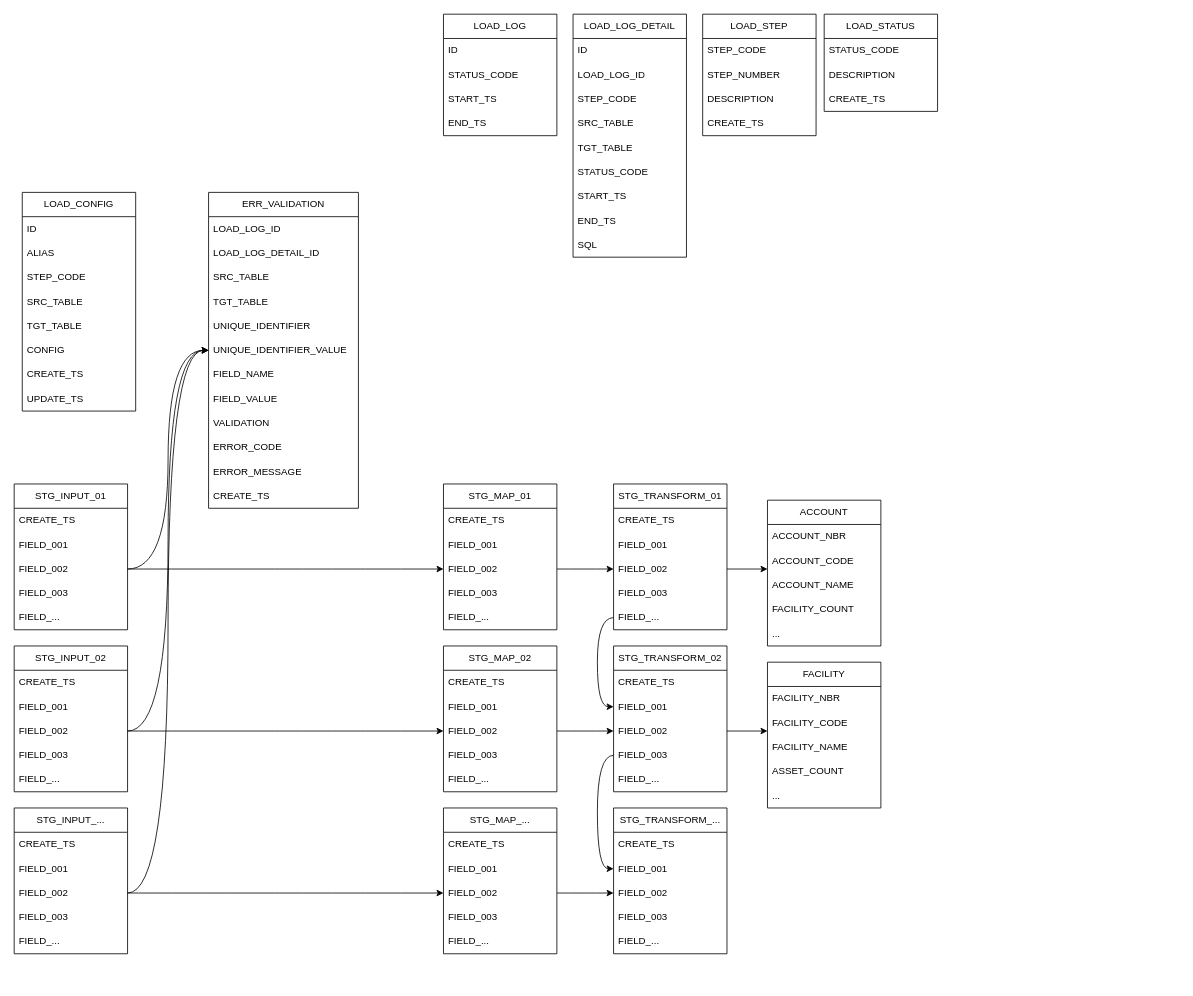
The draw.io diagram LDR_ORACLE.drawio in nealrout/ldr_oracle, before the edit. Source tidied: cells renumbered, new cells numbered last; positions are measured from the earlier drawing's top-left corner, leaving out a move shared by most shapes. Both pictures are drawn from the tidied source at 81%, with x=0, y=0 at pixel (14, 14).
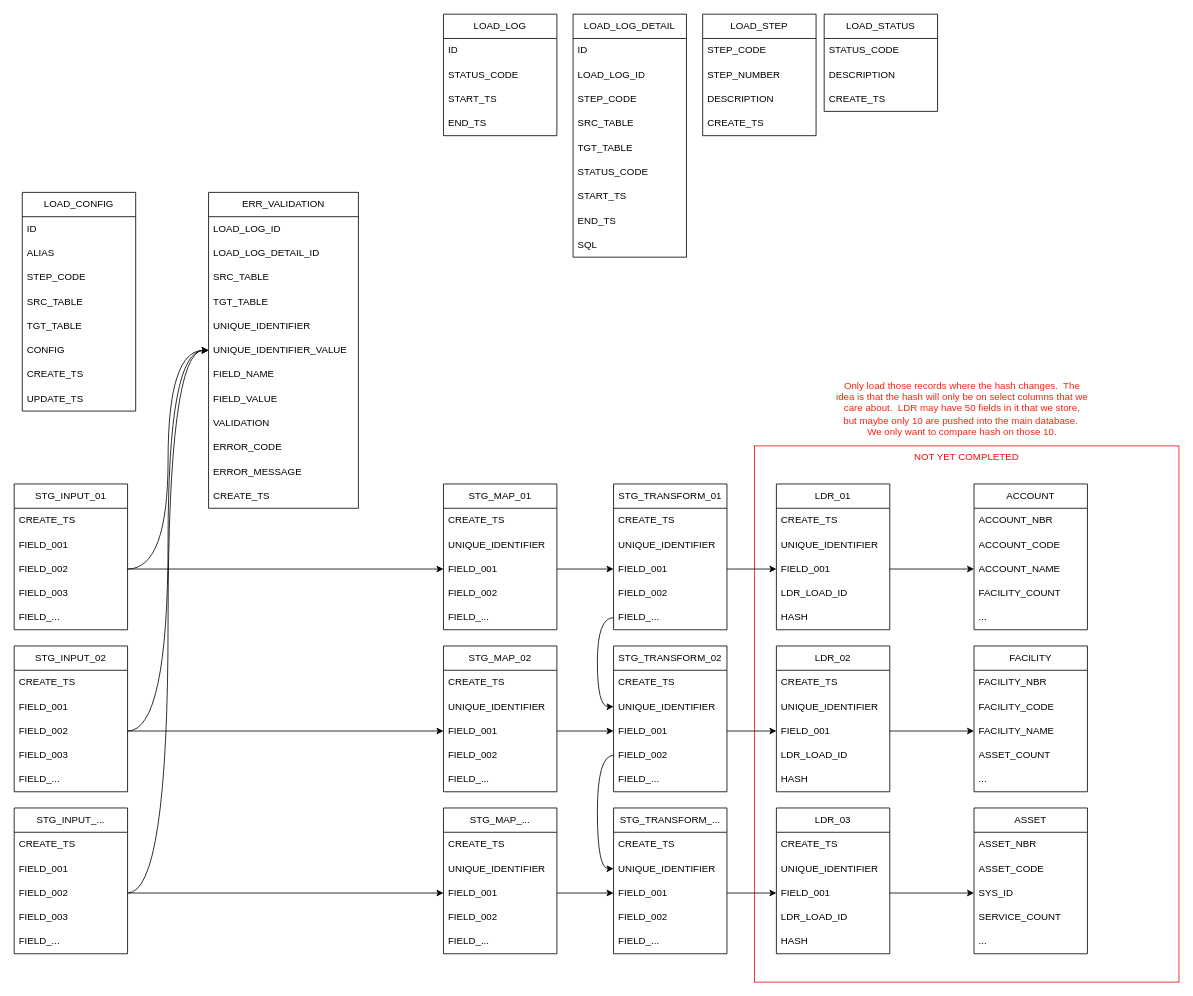
Above is the later version.

Unchanged cells that the change refers to:
```xml
<mxCell id="20" value="STG_MAP_01" style="swimlane;fontStyle=0;horizontal=1;startSize=30;whiteSpace=wrap;html=1;" parent="1" vertex="1">
  <mxGeometry x="530" y="580" width="140" height="180" as="geometry" />
</mxCell>
<mxCell id="26" value="STG_MAP_02" style="swimlane;fontStyle=0;horizontal=1;startSize=30;whiteSpace=wrap;html=1;" parent="1" vertex="1">
  <mxGeometry x="530" y="780" width="140" height="180" as="geometry" />
</mxCell>
<mxCell id="32" value="STG_MAP_..." style="swimlane;fontStyle=0;horizontal=1;startSize=30;whiteSpace=wrap;html=1;" parent="1" vertex="1">
  <mxGeometry x="530" y="980" width="140" height="180" as="geometry" />
</mxCell>
<mxCell id="84" value="STG_TRANSFORM_01" style="swimlane;fontStyle=0;horizontal=1;startSize=30;whiteSpace=wrap;html=1;" parent="1" vertex="1">
  <mxGeometry x="740" y="580" width="140" height="180" as="geometry" />
</mxCell>
<mxCell id="90" value="STG_TRANSFORM_02" style="swimlane;fontStyle=0;horizontal=1;startSize=30;whiteSpace=wrap;html=1;" parent="1" vertex="1">
  <mxGeometry x="740" y="780" width="140" height="180" as="geometry" />
</mxCell>
<mxCell id="96" value="STG_TRANSFORM_..." style="swimlane;fontStyle=0;horizontal=1;startSize=30;whiteSpace=wrap;html=1;" parent="1" vertex="1">
  <mxGeometry x="740" y="980" width="140" height="180" as="geometry" />
</mxCell>
<mxCell id="105" value="ACCOUNT_NAME" style="text;strokeColor=none;fillColor=none;align=left;verticalAlign=middle;spacingLeft=4;spacingRight=4;overflow=hidden;points=[[0,0.5],[1,0.5]];portConstraint=eastwest;whiteSpace=wrap;html=1;" parent="102" vertex="1">
  <mxGeometry y="90" width="140" height="30" as="geometry" />
</mxCell>
<mxCell id="111" value="FACILITY_NAME" style="text;strokeColor=none;fillColor=none;align=left;verticalAlign=middle;spacingLeft=4;spacingRight=4;overflow=hidden;points=[[0,0.5],[1,0.5]];portConstraint=eastwest;whiteSpace=wrap;html=1;" parent="108" vertex="1">
  <mxGeometry y="90" width="140" height="30" as="geometry" />
</mxCell>
```

Change to the diagram source:
```diff
@@
+    <mxCell id="127" value="NOT YET COMPLETED" style="rounded=0;whiteSpace=wrap;html=1;strokeColor=light-dark(#e70d0d, #ededed);verticalAlign=top;fontColor=light-dark(#f90606, #ededed);" parent="1" vertex="1">
+      <mxGeometry x="914" y="533" width="524" height="662" as="geometry" />
+    </mxCell>
@@
-    <mxCell id="22" value="FIELD_001" style="text;strokeColor=none;fillColor=none;align=left;verticalAlign=middle;spacingLeft=4;spacingRight=4;overflow=hidden;whiteSpace=wrap;html=1;" parent="20" vertex="1">
+    <mxCell id="22" value="UNIQUE_IDENTIFIER" style="text;strokeColor=none;fillColor=none;align=left;verticalAlign=middle;spacingLeft=4;spacingRight=4;overflow=hidden;whiteSpace=wrap;html=1;" parent="20" vertex="1">
       <mxGeometry y="60" width="140" height="30" as="geometry" />
     </mxCell>
-    <mxCell id="23" value="FIELD_002" style="text;strokeColor=none;fillColor=none;align=left;verticalAlign=middle;spacingLeft=4;spacingRight=4;overflow=hidden;points=[[0,0.5],[1,0.5]];portConstraint=eastwest;whiteSpace=wrap;html=1;" parent="20" vertex="1">
+    <mxCell id="23" value="FIELD_001" style="text;strokeColor=none;fillColor=none;align=left;verticalAlign=middle;spacingLeft=4;spacingRight=4;overflow=hidden;points=[[0,0.5],[1,0.5]];portConstraint=eastwest;whiteSpace=wrap;html=1;" parent="20" vertex="1">
       <mxGeometry y="90" width="140" height="30" as="geometry" />
     </mxCell>
-    <mxCell id="24" value="FIELD_003" style="text;strokeColor=none;fillColor=none;align=left;verticalAlign=middle;spacingLeft=4;spacingRight=4;overflow=hidden;whiteSpace=wrap;html=1;" parent="20" vertex="1">
+    <mxCell id="24" value="FIELD_002" style="text;strokeColor=none;fillColor=none;align=left;verticalAlign=middle;spacingLeft=4;spacingRight=4;overflow=hidden;whiteSpace=wrap;html=1;" parent="20" vertex="1">
       <mxGeometry y="120" width="140" height="30" as="geometry" />
     </mxCell>
@@
-    <mxCell id="28" value="FIELD_001" style="text;strokeColor=none;fillColor=none;align=left;verticalAlign=middle;spacingLeft=4;spacingRight=4;overflow=hidden;whiteSpace=wrap;html=1;" parent="26" vertex="1">
+    <mxCell id="28" value="UNIQUE_IDENTIFIER" style="text;strokeColor=none;fillColor=none;align=left;verticalAlign=middle;spacingLeft=4;spacingRight=4;overflow=hidden;whiteSpace=wrap;html=1;" parent="26" vertex="1">
       <mxGeometry y="60" width="140" height="30" as="geometry" />
     </mxCell>
-    <mxCell id="29" value="FIELD_002" style="text;strokeColor=none;fillColor=none;align=left;verticalAlign=middle;spacingLeft=4;spacingRight=4;overflow=hidden;points=[[0,0.5],[1,0.5]];portConstraint=eastwest;whiteSpace=wrap;html=1;" parent="26" vertex="1">
+    <mxCell id="29" value="FIELD_001" style="text;strokeColor=none;fillColor=none;align=left;verticalAlign=middle;spacingLeft=4;spacingRight=4;overflow=hidden;points=[[0,0.5],[1,0.5]];portConstraint=eastwest;whiteSpace=wrap;html=1;" parent="26" vertex="1">
       <mxGeometry y="90" width="140" height="30" as="geometry" />
     </mxCell>
-    <mxCell id="30" value="FIELD_003" style="text;strokeColor=none;fillColor=none;align=left;verticalAlign=middle;spacingLeft=4;spacingRight=4;overflow=hidden;whiteSpace=wrap;html=1;" parent="26" vertex="1">
+    <mxCell id="30" value="FIELD_002" style="text;strokeColor=none;fillColor=none;align=left;verticalAlign=middle;spacingLeft=4;spacingRight=4;overflow=hidden;whiteSpace=wrap;html=1;" parent="26" vertex="1">
       <mxGeometry y="120" width="140" height="30" as="geometry" />
     </mxCell>
@@
-    <mxCell id="34" value="FIELD_001" style="text;strokeColor=none;fillColor=none;align=left;verticalAlign=middle;spacingLeft=4;spacingRight=4;overflow=hidden;whiteSpace=wrap;html=1;" parent="32" vertex="1">
+    <mxCell id="34" value="UNIQUE_IDENTIFIER" style="text;strokeColor=none;fillColor=none;align=left;verticalAlign=middle;spacingLeft=4;spacingRight=4;overflow=hidden;whiteSpace=wrap;html=1;" parent="32" vertex="1">
       <mxGeometry y="60" width="140" height="30" as="geometry" />
     </mxCell>
-    <mxCell id="35" value="FIELD_002" style="text;strokeColor=none;fillColor=none;align=left;verticalAlign=middle;spacingLeft=4;spacingRight=4;overflow=hidden;points=[[0,0.5],[1,0.5]];portConstraint=eastwest;whiteSpace=wrap;html=1;" parent="32" vertex="1">
+    <mxCell id="35" value="FIELD_001" style="text;strokeColor=none;fillColor=none;align=left;verticalAlign=middle;spacingLeft=4;spacingRight=4;overflow=hidden;points=[[0,0.5],[1,0.5]];portConstraint=eastwest;whiteSpace=wrap;html=1;" parent="32" vertex="1">
       <mxGeometry y="90" width="140" height="30" as="geometry" />
     </mxCell>
-    <mxCell id="36" value="FIELD_003" style="text;strokeColor=none;fillColor=none;align=left;verticalAlign=middle;spacingLeft=4;spacingRight=4;overflow=hidden;whiteSpace=wrap;html=1;" parent="32" vertex="1">
+    <mxCell id="36" value="FIELD_002" style="text;strokeColor=none;fillColor=none;align=left;verticalAlign=middle;spacingLeft=4;spacingRight=4;overflow=hidden;whiteSpace=wrap;html=1;" parent="32" vertex="1">
       <mxGeometry y="120" width="140" height="30" as="geometry" />
     </mxCell>
@@
-    <mxCell id="86" value="FIELD_001" style="text;strokeColor=none;fillColor=none;align=left;verticalAlign=middle;spacingLeft=4;spacingRight=4;overflow=hidden;whiteSpace=wrap;html=1;" parent="84" vertex="1">
+    <mxCell id="86" value="UNIQUE_IDENTIFIER" style="text;strokeColor=none;fillColor=none;align=left;verticalAlign=middle;spacingLeft=4;spacingRight=4;overflow=hidden;whiteSpace=wrap;html=1;" parent="84" vertex="1">
       <mxGeometry y="60" width="140" height="30" as="geometry" />
     </mxCell>
-    <mxCell id="87" value="FIELD_002" style="text;strokeColor=none;fillColor=none;align=left;verticalAlign=middle;spacingLeft=4;spacingRight=4;overflow=hidden;points=[[0,0.5],[1,0.5]];portConstraint=eastwest;whiteSpace=wrap;html=1;" parent="84" vertex="1">
+    <mxCell id="87" value="FIELD_001" style="text;strokeColor=none;fillColor=none;align=left;verticalAlign=middle;spacingLeft=4;spacingRight=4;overflow=hidden;points=[[0,0.5],[1,0.5]];portConstraint=eastwest;whiteSpace=wrap;html=1;" parent="84" vertex="1">
       <mxGeometry y="90" width="140" height="30" as="geometry" />
     </mxCell>
-    <mxCell id="88" value="FIELD_003" style="text;strokeColor=none;fillColor=none;align=left;verticalAlign=middle;spacingLeft=4;spacingRight=4;overflow=hidden;whiteSpace=wrap;html=1;" parent="84" vertex="1">
+    <mxCell id="88" value="FIELD_002" style="text;strokeColor=none;fillColor=none;align=left;verticalAlign=middle;spacingLeft=4;spacingRight=4;overflow=hidden;whiteSpace=wrap;html=1;" parent="84" vertex="1">
       <mxGeometry y="120" width="140" height="30" as="geometry" />
     </mxCell>
@@
-    <mxCell id="92" value="FIELD_001" style="text;strokeColor=none;fillColor=none;align=left;verticalAlign=middle;spacingLeft=4;spacingRight=4;overflow=hidden;points=[[0,0.5],[1,0.5]];portConstraint=eastwest;whiteSpace=wrap;html=1;" parent="90" vertex="1">
+    <mxCell id="92" value="UNIQUE_IDENTIFIER" style="text;strokeColor=none;fillColor=none;align=left;verticalAlign=middle;spacingLeft=4;spacingRight=4;overflow=hidden;points=[[0,0.5],[1,0.5]];portConstraint=eastwest;whiteSpace=wrap;html=1;" parent="90" vertex="1">
       <mxGeometry y="60" width="140" height="30" as="geometry" />
     </mxCell>
-    <mxCell id="93" value="FIELD_002" style="text;strokeColor=none;fillColor=none;align=left;verticalAlign=middle;spacingLeft=4;spacingRight=4;overflow=hidden;points=[[0,0.5],[1,0.5]];portConstraint=eastwest;whiteSpace=wrap;html=1;" parent="90" vertex="1">
+    <mxCell id="93" value="FIELD_001" style="text;strokeColor=none;fillColor=none;align=left;verticalAlign=middle;spacingLeft=4;spacingRight=4;overflow=hidden;points=[[0,0.5],[1,0.5]];portConstraint=eastwest;whiteSpace=wrap;html=1;" parent="90" vertex="1">
       <mxGeometry y="90" width="140" height="30" as="geometry" />
     </mxCell>
-    <mxCell id="94" value="FIELD_003" style="text;strokeColor=none;fillColor=none;align=left;verticalAlign=middle;spacingLeft=4;spacingRight=4;overflow=hidden;points=[[0,0.5],[1,0.5]];portConstraint=eastwest;whiteSpace=wrap;html=1;" parent="90" vertex="1">
+    <mxCell id="94" value="FIELD_002" style="text;strokeColor=none;fillColor=none;align=left;verticalAlign=middle;spacingLeft=4;spacingRight=4;overflow=hidden;points=[[0,0.5],[1,0.5]];portConstraint=eastwest;whiteSpace=wrap;html=1;" parent="90" vertex="1">
       <mxGeometry y="120" width="140" height="30" as="geometry" />
     </mxCell>
@@
-    <mxCell id="98" value="FIELD_001" style="text;strokeColor=none;fillColor=none;align=left;verticalAlign=middle;spacingLeft=4;spacingRight=4;overflow=hidden;points=[[0,0.5],[1,0.5]];portConstraint=eastwest;whiteSpace=wrap;html=1;" parent="96" vertex="1">
+    <mxCell id="98" value="UNIQUE_IDENTIFIER" style="text;strokeColor=none;fillColor=none;align=left;verticalAlign=middle;spacingLeft=4;spacingRight=4;overflow=hidden;points=[[0,0.5],[1,0.5]];portConstraint=eastwest;whiteSpace=wrap;html=1;" parent="96" vertex="1">
       <mxGeometry y="60" width="140" height="30" as="geometry" />
     </mxCell>
-    <mxCell id="99" value="FIELD_002" style="text;strokeColor=none;fillColor=none;align=left;verticalAlign=middle;spacingLeft=4;spacingRight=4;overflow=hidden;points=[[0,0.5],[1,0.5]];portConstraint=eastwest;whiteSpace=wrap;html=1;" parent="96" vertex="1">
+    <mxCell id="99" value="FIELD_001" style="text;strokeColor=none;fillColor=none;align=left;verticalAlign=middle;spacingLeft=4;spacingRight=4;overflow=hidden;points=[[0,0.5],[1,0.5]];portConstraint=eastwest;whiteSpace=wrap;html=1;" parent="96" vertex="1">
       <mxGeometry y="90" width="140" height="30" as="geometry" />
     </mxCell>
-    <mxCell id="100" value="FIELD_003" style="text;strokeColor=none;fillColor=none;align=left;verticalAlign=middle;spacingLeft=4;spacingRight=4;overflow=hidden;whiteSpace=wrap;html=1;" parent="96" vertex="1">
+    <mxCell id="100" value="FIELD_002" style="text;strokeColor=none;fillColor=none;align=left;verticalAlign=middle;spacingLeft=4;spacingRight=4;overflow=hidden;whiteSpace=wrap;html=1;" parent="96" vertex="1">
       <mxGeometry y="120" width="140" height="30" as="geometry" />
     </mxCell>
@@
     <mxCell id="102" value="ACCOUNT" style="swimlane;fontStyle=0;horizontal=1;startSize=30;whiteSpace=wrap;html=1;" parent="1" vertex="1">
-      <mxGeometry x="930" y="600" width="140" height="180" as="geometry" />
+      <mxGeometry x="1185" y="580" width="140" height="180" as="geometry" />
     </mxCell>
@@
     <mxCell id="108" value="FACILITY" style="swimlane;fontStyle=0;horizontal=1;startSize=30;whiteSpace=wrap;html=1;" parent="1" vertex="1">
-      <mxGeometry x="930" y="800" width="140" height="180" as="geometry" />
+      <mxGeometry x="1185" y="780" width="140" height="180" as="geometry" />
     </mxCell>
@@
-    <mxCell id="117" style="edgeStyle=orthogonalEdgeStyle;curved=1;rounded=0;jettySize=auto;html=1;exitX=1;exitY=0.5;exitDx=0;exitDy=0;entryX=0;entryY=0.5;entryDx=0;entryDy=0;" parent="1" edge="1" source="87">
-      <mxGeometry relative="1" as="geometry">
-        <mxPoint x="930" y="685" as="targetPoint" />
-      </mxGeometry>
+    <mxCell id="117" style="edgeStyle=orthogonalEdgeStyle;curved=1;rounded=0;jettySize=auto;html=1;exitX=1;exitY=0.5;exitDx=0;exitDy=0;entryX=0;entryY=0.5;entryDx=0;entryDy=0;" parent="1" edge="1" source="87" target="131">
+      <mxGeometry relative="1" as="geometry" />
     </mxCell>
@@
-    <mxCell id="121" style="edgeStyle=orthogonalEdgeStyle;curved=1;rounded=0;jettySize=auto;html=1;exitX=1;exitY=0.5;exitDx=0;exitDy=0;entryX=0;entryY=0.5;entryDx=0;entryDy=0;" parent="1" edge="1" source="93">
-      <mxGeometry relative="1" as="geometry">
-        <mxPoint x="930" y="885" as="targetPoint" />
-      </mxGeometry>
+    <mxCell id="121" style="edgeStyle=orthogonalEdgeStyle;curved=1;rounded=0;jettySize=auto;html=1;exitX=1;exitY=0.5;exitDx=0;exitDy=0;entryX=0;entryY=0.5;entryDx=0;entryDy=0;" parent="1" edge="1" source="93" target="137">
+      <mxGeometry relative="1" as="geometry" />
     </mxCell>
@@
+    <mxCell id="128" value="LDR_01" style="swimlane;fontStyle=0;horizontal=1;startSize=30;whiteSpace=wrap;html=1;" parent="1" vertex="1">
+      <mxGeometry x="941" y="580" width="140" height="180" as="geometry" />
+    </mxCell>
+    <mxCell id="129" value="CREATE_TS" style="text;strokeColor=none;fillColor=none;align=left;verticalAlign=middle;spacingLeft=4;spacingRight=4;overflow=hidden;whiteSpace=wrap;html=1;" parent="128" vertex="1">
+      <mxGeometry y="30" width="140" height="30" as="geometry" />
+    </mxCell>
+    <mxCell id="130" value="UNIQUE_IDENTIFIER" style="text;strokeColor=none;fillColor=none;align=left;verticalAlign=middle;spacingLeft=4;spacingRight=4;overflow=hidden;whiteSpace=wrap;html=1;" parent="128" vertex="1">
+      <mxGeometry y="60" width="140" height="30" as="geometry" />
+    </mxCell>
+    <mxCell id="131" value="FIELD_001" style="text;strokeColor=none;fillColor=none;align=left;verticalAlign=middle;spacingLeft=4;spacingRight=4;overflow=hidden;points=[[0,0.5],[1,0.5]];portConstraint=eastwest;whiteSpace=wrap;html=1;" parent="128" vertex="1">
+      <mxGeometry y="90" width="140" height="30" as="geometry" />
+    </mxCell>
+    <mxCell id="132" value="LDR_LOAD_ID" style="text;strokeColor=none;fillColor=none;align=left;verticalAlign=middle;spacingLeft=4;spacingRight=4;overflow=hidden;whiteSpace=wrap;html=1;" parent="128" vertex="1">
+      <mxGeometry y="120" width="140" height="30" as="geometry" />
+    </mxCell>
+    <mxCell id="133" value="HASH" style="text;strokeColor=none;fillColor=none;align=left;verticalAlign=middle;spacingLeft=4;spacingRight=4;overflow=hidden;whiteSpace=wrap;html=1;" parent="128" vertex="1">
+      <mxGeometry y="150" width="140" height="30" as="geometry" />
+    </mxCell>
+    <mxCell id="134" value="LDR_02" style="swimlane;fontStyle=0;horizontal=1;startSize=30;whiteSpace=wrap;html=1;" parent="1" vertex="1">
+      <mxGeometry x="941" y="780" width="140" height="180" as="geometry" />
+    </mxCell>
+    <mxCell id="135" value="CREATE_TS" style="text;strokeColor=none;fillColor=none;align=left;verticalAlign=middle;spacingLeft=4;spacingRight=4;overflow=hidden;whiteSpace=wrap;html=1;" parent="134" vertex="1">
+      <mxGeometry y="30" width="140" height="30" as="geometry" />
+    </mxCell>
+    <mxCell id="136" value="UNIQUE_IDENTIFIER" style="text;strokeColor=none;fillColor=none;align=left;verticalAlign=middle;spacingLeft=4;spacingRight=4;overflow=hidden;whiteSpace=wrap;html=1;" parent="134" vertex="1">
+      <mxGeometry y="60" width="140" height="30" as="geometry" />
+    </mxCell>
+    <mxCell id="137" value="FIELD_001" style="text;strokeColor=none;fillColor=none;align=left;verticalAlign=middle;spacingLeft=4;spacingRight=4;overflow=hidden;points=[[0,0.5],[1,0.5]];portConstraint=eastwest;whiteSpace=wrap;html=1;" parent="134" vertex="1">
+      <mxGeometry y="90" width="140" height="30" as="geometry" />
+    </mxCell>
+    <mxCell id="138" value="LDR_LOAD_ID" style="text;strokeColor=none;fillColor=none;align=left;verticalAlign=middle;spacingLeft=4;spacingRight=4;overflow=hidden;whiteSpace=wrap;html=1;" parent="134" vertex="1">
+      <mxGeometry y="120" width="140" height="30" as="geometry" />
+    </mxCell>
+    <mxCell id="139" value="HASH" style="text;strokeColor=none;fillColor=none;align=left;verticalAlign=middle;spacingLeft=4;spacingRight=4;overflow=hidden;whiteSpace=wrap;html=1;" parent="134" vertex="1">
+      <mxGeometry y="150" width="140" height="30" as="geometry" />
+    </mxCell>
+    <mxCell id="140" value="LDR_03" style="swimlane;fontStyle=0;horizontal=1;startSize=30;whiteSpace=wrap;html=1;" parent="1" vertex="1">
+      <mxGeometry x="941" y="980" width="140" height="180" as="geometry" />
+    </mxCell>
+    <mxCell id="141" value="CREATE_TS" style="text;strokeColor=none;fillColor=none;align=left;verticalAlign=middle;spacingLeft=4;spacingRight=4;overflow=hidden;whiteSpace=wrap;html=1;" parent="140" vertex="1">
+      <mxGeometry y="30" width="140" height="30" as="geometry" />
+    </mxCell>
+    <mxCell id="142" value="UNIQUE_IDENTIFIER" style="text;strokeColor=none;fillColor=none;align=left;verticalAlign=middle;spacingLeft=4;spacingRight=4;overflow=hidden;whiteSpace=wrap;html=1;" parent="140" vertex="1">
+      <mxGeometry y="60" width="140" height="30" as="geometry" />
+    </mxCell>
+    <mxCell id="143" value="FIELD_001" style="text;strokeColor=none;fillColor=none;align=left;verticalAlign=middle;spacingLeft=4;spacingRight=4;overflow=hidden;points=[[0,0.5],[1,0.5]];portConstraint=eastwest;whiteSpace=wrap;html=1;" parent="140" vertex="1">
+      <mxGeometry y="90" width="140" height="30" as="geometry" />
+    </mxCell>
+    <mxCell id="144" value="LDR_LOAD_ID" style="text;strokeColor=none;fillColor=none;align=left;verticalAlign=middle;spacingLeft=4;spacingRight=4;overflow=hidden;whiteSpace=wrap;html=1;" parent="140" vertex="1">
+      <mxGeometry y="120" width="140" height="30" as="geometry" />
+    </mxCell>
+    <mxCell id="145" value="HASH" style="text;strokeColor=none;fillColor=none;align=left;verticalAlign=middle;spacingLeft=4;spacingRight=4;overflow=hidden;whiteSpace=wrap;html=1;" parent="140" vertex="1">
+      <mxGeometry y="150" width="140" height="30" as="geometry" />
+    </mxCell>
+    <mxCell id="146" style="edgeStyle=orthogonalEdgeStyle;curved=1;rounded=0;jettySize=auto;html=1;exitX=1;exitY=0.5;exitDx=0;exitDy=0;entryX=0;entryY=0.5;entryDx=0;entryDy=0;" parent="1" edge="1" source="99" target="143">
+      <mxGeometry relative="1" as="geometry" />
+    </mxCell>
+    <mxCell id="147" style="edgeStyle=orthogonalEdgeStyle;curved=1;rounded=0;jettySize=auto;html=1;exitX=1;exitY=0.5;exitDx=0;exitDy=0;entryX=0;entryY=0.5;entryDx=0;entryDy=0;" parent="1" edge="1" source="131" target="105">
+      <mxGeometry relative="1" as="geometry" />
+    </mxCell>
+    <mxCell id="148" style="edgeStyle=orthogonalEdgeStyle;curved=1;rounded=0;jettySize=auto;html=1;exitX=1;exitY=0.5;exitDx=0;exitDy=0;entryX=0;entryY=0.5;entryDx=0;entryDy=0;" parent="1" edge="1" source="137" target="111">
+      <mxGeometry relative="1" as="geometry" />
+    </mxCell>
+    <mxCell id="149" value="ASSET" style="swimlane;fontStyle=0;horizontal=1;startSize=30;whiteSpace=wrap;html=1;" parent="1" vertex="1">
+      <mxGeometry x="1185" y="980" width="140" height="180" as="geometry" />
+    </mxCell>
+    <mxCell id="150" value="ASSET_NBR" style="text;strokeColor=none;fillColor=none;align=left;verticalAlign=middle;spacingLeft=4;spacingRight=4;overflow=hidden;whiteSpace=wrap;html=1;" parent="149" vertex="1">
+      <mxGeometry y="30" width="140" height="30" as="geometry" />
+    </mxCell>
+    <mxCell id="151" value="ASSET_CODE" style="text;strokeColor=none;fillColor=none;align=left;verticalAlign=middle;spacingLeft=4;spacingRight=4;overflow=hidden;whiteSpace=wrap;html=1;" parent="149" vertex="1">
+      <mxGeometry y="60" width="140" height="30" as="geometry" />
+    </mxCell>
+    <mxCell id="152" value="SYS_ID" style="text;strokeColor=none;fillColor=none;align=left;verticalAlign=middle;spacingLeft=4;spacingRight=4;overflow=hidden;points=[[0,0.5],[1,0.5]];portConstraint=eastwest;whiteSpace=wrap;html=1;" parent="149" vertex="1">
+      <mxGeometry y="90" width="140" height="30" as="geometry" />
+    </mxCell>
+    <mxCell id="153" value="SERVICE_COUNT" style="text;strokeColor=none;fillColor=none;align=left;verticalAlign=middle;spacingLeft=4;spacingRight=4;overflow=hidden;whiteSpace=wrap;html=1;" parent="149" vertex="1">
+      <mxGeometry y="120" width="140" height="30" as="geometry" />
+    </mxCell>
+    <mxCell id="154" value="..." style="text;strokeColor=none;fillColor=none;align=left;verticalAlign=middle;spacingLeft=4;spacingRight=4;overflow=hidden;whiteSpace=wrap;html=1;" parent="149" vertex="1">
+      <mxGeometry y="150" width="140" height="30" as="geometry" />
+    </mxCell>
+    <mxCell id="155" style="edgeStyle=orthogonalEdgeStyle;curved=1;rounded=0;jettySize=auto;html=1;exitX=1;exitY=0.5;exitDx=0;exitDy=0;entryX=0;entryY=0.5;entryDx=0;entryDy=0;" parent="1" edge="1" source="143" target="152">
+      <mxGeometry relative="1" as="geometry" />
+    </mxCell>
+    <mxCell id="156" value="Only load those records where the hash changes.&amp;nbsp; The idea is that the hash will only be on select columns that we care about.&amp;nbsp; LDR may have 50 fields in it that we store, but maybe only 10 are pushed into the main database.&amp;nbsp; We only want to compare hash on those 10." style="text;html=1;align=center;verticalAlign=middle;whiteSpace=wrap;rounded=0;fontColor=#FF210F;" parent="1" vertex="1">
+      <mxGeometry x="1014" y="441" width="313" height="92" as="geometry" />
+    </mxCell>
```
